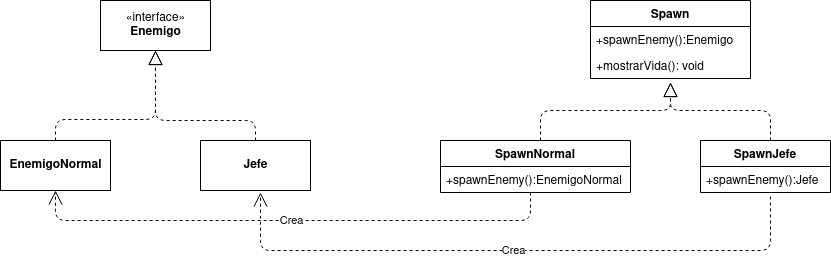
Before: Factory/Enemigos.png, a diagram exported from draw.io (M0squ3ra/Design-Patterns). Source tidied: cells renumbered, new cells last; positions are measured from the earlier drawing's top-left corner, leaving out a move shared by most shapes. Its diagram source:
```xml
<mxGraphModel>
  <root>
    <mxCell id="0" />
    <mxCell id="1" parent="0" />
    <mxCell id="2" value="«interface»&lt;br&gt;&lt;b&gt;Enemigo&lt;/b&gt;" style="html=1;labelBackgroundColor=none;" parent="1" vertex="1">
      <mxGeometry x="100" width="110" height="50" as="geometry" />
    </mxCell>
    <mxCell id="3" value="&lt;div&gt;&lt;b&gt;EnemigoNormal&lt;/b&gt;&lt;/div&gt;" style="html=1;labelBackgroundColor=none;" parent="1" vertex="1">
      <mxGeometry y="140" width="110" height="50" as="geometry" />
    </mxCell>
    <mxCell id="4" value="&lt;b&gt;Jefe&lt;/b&gt;" style="html=1;labelBackgroundColor=none;" parent="1" vertex="1">
      <mxGeometry x="200" y="140" width="110" height="50" as="geometry" />
    </mxCell>
    <mxCell id="5" style="endArrow=block;dashed=1;endFill=0;endSize=12;html=1;entryX=0.5;entryY=1;entryDx=0;entryDy=0;exitX=0.5;exitY=0;exitDx=0;exitDy=0;" parent="1" edge="1" source="3" target="2">
      <mxGeometry relative="1" as="geometry">
        <Array as="points">
          <mxPoint x="55" y="119" />
          <mxPoint x="155" y="119" />
        </Array>
      </mxGeometry>
    </mxCell>
    <mxCell id="6" style="endArrow=block;dashed=1;endFill=0;endSize=12;html=1;entryX=0.5;entryY=1;entryDx=0;entryDy=0;exitX=0.5;exitY=0;exitDx=0;exitDy=0;" parent="1" edge="1" source="4" target="2">
      <mxGeometry relative="1" as="geometry">
        <Array as="points">
          <mxPoint x="255" y="120" />
          <mxPoint x="155" y="120" />
        </Array>
      </mxGeometry>
    </mxCell>
    <mxCell id="7" value="SpawnNormal" style="swimlane;fontStyle=1;horizontal=1;startSize=26;fillColor=none;labelBackgroundColor=none;" parent="1" vertex="1">
      <mxGeometry x="440" y="140" width="190" height="52" as="geometry" />
    </mxCell>
    <mxCell id="8" value="+spawnEnemy():EnemigoNormal" style="text;strokeColor=none;fillColor=none;align=left;verticalAlign=top;spacingLeft=4;spacingRight=4;overflow=hidden;" parent="7" vertex="1">
      <mxGeometry y="26" width="190" height="26" as="geometry" />
    </mxCell>
    <mxCell id="9" value="&lt;div&gt;Crea&lt;/div&gt;" style="endArrow=open;endSize=12;dashed=1;html=1;entryX=0.5;entryY=1;entryDx=0;entryDy=0;" parent="7" edge="1" target="3">
      <mxGeometry relative="1" as="geometry">
        <mxPoint x="90" y="52" as="sourcePoint" />
        <Array as="points">
          <mxPoint x="90" y="80" />
          <mxPoint x="-120" y="80" />
          <mxPoint x="-385" y="80" />
        </Array>
      </mxGeometry>
    </mxCell>
    <mxCell id="10" value="&lt;div&gt;Crea&lt;/div&gt;" style="endArrow=open;endSize=12;dashed=1;html=1;exitX=0.538;exitY=1.154;exitDx=0;exitDy=0;exitPerimeter=0;" parent="7" edge="1" source="13">
      <mxGeometry relative="1" as="geometry">
        <mxPoint x="-180" y="52" as="targetPoint" />
        <Array as="points">
          <mxPoint x="330" y="110" />
          <mxPoint x="85" y="110" />
          <mxPoint x="-120" y="110" />
          <mxPoint x="-180" y="110" />
        </Array>
      </mxGeometry>
    </mxCell>
    <mxCell id="11" value="SpawnJefe" style="swimlane;fontStyle=1;horizontal=1;startSize=26;fillColor=none;labelBackgroundColor=none;" parent="1" vertex="1">
      <mxGeometry x="700" y="140" width="130" height="52" as="geometry" />
    </mxCell>
    <mxCell id="12" style="endArrow=block;dashed=1;endFill=0;endSize=12;html=1;entryX=0.5;entryY=1.154;entryDx=0;entryDy=0;entryPerimeter=0;" parent="11" edge="1" target="16">
      <mxGeometry relative="1" as="geometry">
        <mxPoint x="70" as="sourcePoint" />
        <Array as="points">
          <mxPoint x="70" y="-30" />
          <mxPoint x="-30" y="-30" />
        </Array>
      </mxGeometry>
    </mxCell>
    <mxCell id="13" value="+spawnEnemy():Jefe&#10;" style="text;strokeColor=none;fillColor=none;align=left;verticalAlign=top;spacingLeft=4;spacingRight=4;overflow=hidden;points=[[0,0.5],[1,0.5]];portConstraint=eastwest;" parent="11" vertex="1">
      <mxGeometry y="26" width="130" height="26" as="geometry" />
    </mxCell>
    <mxCell id="14" value="Spawn" style="swimlane;fontStyle=1;horizontal=1;startSize=26;fillColor=none;labelBackgroundColor=none;" parent="1" vertex="1">
      <mxGeometry x="590" width="160" height="78" as="geometry" />
    </mxCell>
    <mxCell id="15" value="+spawnEnemy():Enemigo" style="text;strokeColor=none;fillColor=none;align=left;verticalAlign=top;spacingLeft=4;spacingRight=4;overflow=hidden;" parent="14" vertex="1">
      <mxGeometry y="26" width="160" height="26" as="geometry" />
    </mxCell>
    <mxCell id="16" value="+mostrarVida(): void" style="text;strokeColor=none;fillColor=none;align=left;verticalAlign=top;spacingLeft=4;spacingRight=4;overflow=hidden;points=[[0,0.5],[1,0.5]];portConstraint=eastwest;" parent="14" vertex="1">
      <mxGeometry y="52" width="160" height="26" as="geometry" />
    </mxCell>
    <mxCell id="17" style="endArrow=block;dashed=1;endFill=0;endSize=12;html=1;" parent="1" edge="1">
      <mxGeometry relative="1" as="geometry">
        <mxPoint x="540" y="140" as="sourcePoint" />
        <mxPoint x="670" y="82" as="targetPoint" />
        <Array as="points">
          <mxPoint x="540" y="110" />
          <mxPoint x="670" y="110" />
        </Array>
      </mxGeometry>
    </mxCell>
  </root>
</mxGraphModel>
```
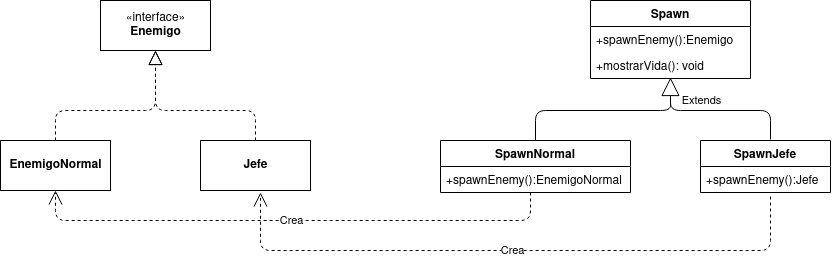
After the change.

The edit, as a diff of the source:
```diff
@@ -11,22 +11,6 @@
     <mxCell id="4" value="&lt;b&gt;Jefe&lt;/b&gt;" style="html=1;labelBackgroundColor=none;" parent="1" vertex="1">
       <mxGeometry x="200" y="140" width="110" height="50" as="geometry" />
     </mxCell>
-    <mxCell id="5" style="endArrow=block;dashed=1;endFill=0;endSize=12;html=1;entryX=0.5;entryY=1;entryDx=0;entryDy=0;exitX=0.5;exitY=0;exitDx=0;exitDy=0;" parent="1" edge="1" source="3" target="2">
-      <mxGeometry relative="1" as="geometry">
-        <Array as="points">
-          <mxPoint x="55" y="119" />
-          <mxPoint x="155" y="119" />
-        </Array>
-      </mxGeometry>
-    </mxCell>
-    <mxCell id="6" style="endArrow=block;dashed=1;endFill=0;endSize=12;html=1;entryX=0.5;entryY=1;entryDx=0;entryDy=0;exitX=0.5;exitY=0;exitDx=0;exitDy=0;" parent="1" edge="1" source="4" target="2">
-      <mxGeometry relative="1" as="geometry">
-        <Array as="points">
-          <mxPoint x="255" y="120" />
-          <mxPoint x="155" y="120" />
-        </Array>
-      </mxGeometry>
-    </mxCell>
     <mxCell id="7" value="SpawnNormal" style="swimlane;fontStyle=1;horizontal=1;startSize=26;fillColor=none;labelBackgroundColor=none;" parent="1" vertex="1">
       <mxGeometry x="440" y="140" width="190" height="52" as="geometry" />
     </mxCell>
@@ -57,15 +41,6 @@
     <mxCell id="11" value="SpawnJefe" style="swimlane;fontStyle=1;horizontal=1;startSize=26;fillColor=none;labelBackgroundColor=none;" parent="1" vertex="1">
       <mxGeometry x="700" y="140" width="130" height="52" as="geometry" />
     </mxCell>
-    <mxCell id="12" style="endArrow=block;dashed=1;endFill=0;endSize=12;html=1;entryX=0.5;entryY=1.154;entryDx=0;entryDy=0;entryPerimeter=0;" parent="11" edge="1" target="16">
-      <mxGeometry relative="1" as="geometry">
-        <mxPoint x="70" as="sourcePoint" />
-        <Array as="points">
-          <mxPoint x="70" y="-30" />
-          <mxPoint x="-30" y="-30" />
-        </Array>
-      </mxGeometry>
-    </mxCell>
     <mxCell id="13" value="+spawnEnemy():Jefe&#10;" style="text;strokeColor=none;fillColor=none;align=left;verticalAlign=top;spacingLeft=4;spacingRight=4;overflow=hidden;points=[[0,0.5],[1,0.5]];portConstraint=eastwest;" parent="11" vertex="1">
       <mxGeometry y="26" width="130" height="26" as="geometry" />
     </mxCell>
@@ -78,15 +53,40 @@
     <mxCell id="16" value="+mostrarVida(): void" style="text;strokeColor=none;fillColor=none;align=left;verticalAlign=top;spacingLeft=4;spacingRight=4;overflow=hidden;points=[[0,0.5],[1,0.5]];portConstraint=eastwest;" parent="14" vertex="1">
       <mxGeometry y="52" width="160" height="26" as="geometry" />
     </mxCell>
-    <mxCell id="17" style="endArrow=block;dashed=1;endFill=0;endSize=12;html=1;" parent="1" edge="1">
-      <mxGeometry relative="1" as="geometry">
-        <mxPoint x="540" y="140" as="sourcePoint" />
-        <mxPoint x="670" y="82" as="targetPoint" />
-        <Array as="points">
-          <mxPoint x="540" y="110" />
-          <mxPoint x="670" y="110" />
-        </Array>
-      </mxGeometry>
-    </mxCell>
+    <mxCell id="18" value="Extends" style="endArrow=block;endSize=16;endFill=0;html=1;" parent="1" edge="1">
+      <mxGeometry x="0.22" y="-10" relative="1" as="geometry">
+        <mxPoint x="770" y="139" as="sourcePoint" />
+        <mxPoint x="670" y="77" as="targetPoint" />
+        <Array as="points">
+          <mxPoint x="770" y="110" />
+          <mxPoint x="670" y="110" />
+        </Array>
+      </mxGeometry>
+    </mxCell>
+    <mxCell id="19" style="endArrow=none;html=1;exitX=0.5;exitY=0;exitDx=0;exitDy=0;" parent="1" edge="1" source="7">
+      <mxGeometry relative="1" as="geometry">
+        <mxPoint x="670" y="100" as="targetPoint" />
+        <Array as="points">
+          <mxPoint x="535" y="110" />
+          <mxPoint x="670" y="110" />
+        </Array>
+      </mxGeometry>
+    </mxCell>
+    <mxCell id="5" style="endArrow=block;dashed=1;endFill=0;endSize=12;html=1;exitX=0.5;exitY=0;exitDx=0;exitDy=0;entryX=0.5;entryY=1;entryDx=0;entryDy=0;" parent="1" edge="1" source="3" target="2">
+      <mxGeometry relative="1" as="geometry">
+        <Array as="points">
+          <mxPoint x="55" y="110" />
+          <mxPoint x="155" y="110" />
+        </Array>
+      </mxGeometry>
+    </mxCell>
+    <mxCell id="6" style="endArrow=block;dashed=1;endFill=0;endSize=12;html=1;entryX=0.5;entryY=1;entryDx=0;entryDy=0;exitX=0.5;exitY=0;exitDx=0;exitDy=0;" parent="1" edge="1" source="4" target="2">
+      <mxGeometry relative="1" as="geometry">
+        <Array as="points">
+          <mxPoint x="255" y="110" />
+          <mxPoint x="155" y="110" />
+        </Array>
+      </mxGeometry>
+    </mxCell>
   </root>
 </mxGraphModel>
```
